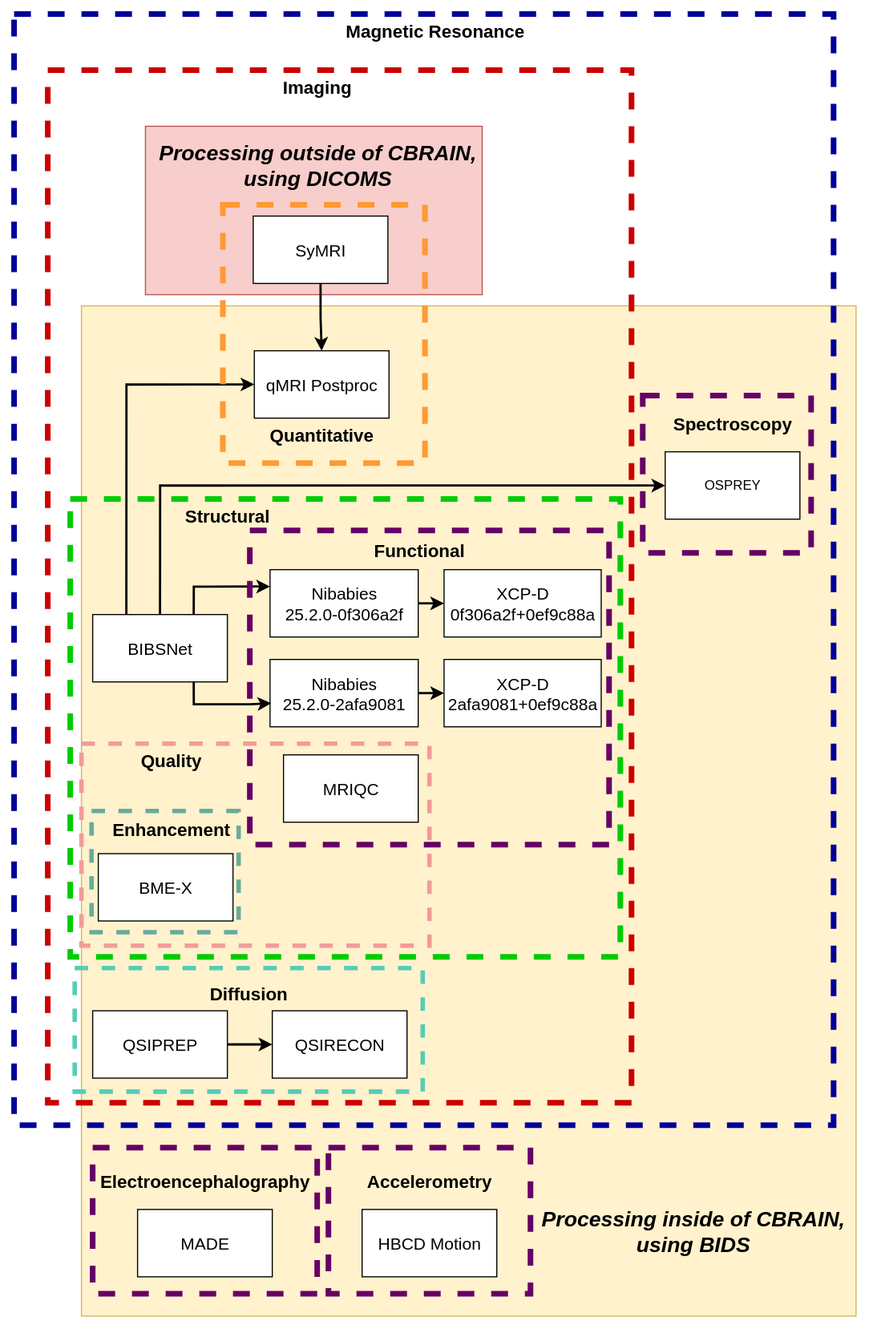
Before: docs/source/images/pipeline_workflow_release_2.0.svg, a diagram exported from draw.io (DCAN-Labs/HBCD_CBRAIN_PROCESSING). Source tidied: cells renumbered, new cells last; positions are measured from the earlier drawing's top-left corner, leaving out a move shared by most shapes. Source of this version:
```xml
<mxGraphModel>
  <root>
    <mxCell id="0" />
    <mxCell id="1" parent="0" />
    <mxCell id="2" style="rounded=0;whiteSpace=wrap;html=1;fillColor=#fff2cc;strokeColor=#d6b656;" parent="1" vertex="1">
      <mxGeometry x="60" y="260" width="690" height="900" as="geometry" />
    </mxCell>
    <mxCell id="3" style="rounded=0;whiteSpace=wrap;html=1;fillColor=none;strokeWidth=5;dashed=1;strokeColor=#000099;" parent="1" vertex="1">
      <mxGeometry width="730" height="990" as="geometry" />
    </mxCell>
    <mxCell id="4" style="rounded=0;whiteSpace=wrap;html=1;fillColor=none;strokeWidth=5;dashed=1;strokeColor=#CC0000;" parent="1" vertex="1">
      <mxGeometry x="30" y="50" width="520" height="920" as="geometry" />
    </mxCell>
    <mxCell id="5" style="rounded=0;whiteSpace=wrap;html=1;fillColor=none;strokeWidth=5;dashed=1;strokeColor=#00CC00;" parent="1" vertex="1">
      <mxGeometry x="50" y="432" width="490" height="408" as="geometry" />
    </mxCell>
    <mxCell id="6" style="edgeStyle=orthogonalEdgeStyle;rounded=0;jettySize=auto;html=1;exitX=0.5;exitY=0;exitDx=0;exitDy=0;entryX=0;entryY=0.5;entryDx=0;entryDy=0;strokeWidth=2;" parent="1" edge="1" source="9" target="48">
      <mxGeometry relative="1" as="geometry" />
    </mxCell>
    <mxCell id="7" style="edgeStyle=orthogonalEdgeStyle;rounded=0;jettySize=auto;html=1;exitX=0.75;exitY=0;exitDx=0;exitDy=0;entryX=0;entryY=0.25;entryDx=0;entryDy=0;strokeWidth=2;" parent="1" edge="1" source="9" target="14">
      <mxGeometry relative="1" as="geometry" />
    </mxCell>
    <mxCell id="8" style="edgeStyle=orthogonalEdgeStyle;rounded=0;jettySize=auto;html=1;exitX=0.25;exitY=0;exitDx=0;exitDy=0;entryX=0;entryY=0.5;entryDx=0;entryDy=0;strokeWidth=2;" parent="1" edge="1" source="9" target="39">
      <mxGeometry relative="1" as="geometry" />
    </mxCell>
    <mxCell id="9" value="&lt;font style=&quot;font-size: 15px;&quot;&gt;BIBSNet&lt;/font&gt;" style="rounded=0;whiteSpace=wrap;html=1;" parent="1" vertex="1">
      <mxGeometry x="70" y="535" width="120" height="60" as="geometry" />
    </mxCell>
    <mxCell id="10" style="rounded=0;whiteSpace=wrap;html=1;fillColor=#f8cecc;strokeColor=#b85450;" parent="1" vertex="1">
      <mxGeometry x="117" y="100" width="300" height="150" as="geometry" />
    </mxCell>
    <mxCell id="11" value="&lt;font style=&quot;font-size: 19px;&quot;&gt;&lt;i&gt;&lt;b&gt;Processing inside of CBRAIN,&lt;/b&gt;&lt;/i&gt;&lt;/font&gt;&lt;div&gt;&lt;font style=&quot;font-size: 19px;&quot;&gt;&lt;i&gt;&lt;b&gt;using BIDS&lt;/b&gt;&lt;/i&gt;&lt;/font&gt;&lt;/div&gt;" style="text;html=1;align=center;verticalAlign=middle;whiteSpace=wrap;rounded=0;" parent="1" vertex="1">
      <mxGeometry x="460" y="1070" width="290" height="30" as="geometry" />
    </mxCell>
    <mxCell id="12" style="rounded=0;whiteSpace=wrap;html=1;fillColor=none;strokeWidth=5;dashed=1;strokeColor=#660066;" parent="1" vertex="1">
      <mxGeometry x="210" y="460" width="320" height="280" as="geometry" />
    </mxCell>
    <mxCell id="13" style="edgeStyle=orthogonalEdgeStyle;rounded=0;jettySize=auto;html=1;exitX=1;exitY=0.5;exitDx=0;exitDy=0;entryX=0;entryY=0.5;entryDx=0;entryDy=0;strokeWidth=2;" parent="1" edge="1" source="14" target="17">
      <mxGeometry relative="1" as="geometry" />
    </mxCell>
    <mxCell id="14" value="&lt;font style=&quot;font-size: 15px;&quot;&gt;Nibabies&lt;/font&gt;&lt;div&gt;&lt;font style=&quot;font-size: 15px;&quot;&gt;25.2.0-0f306a2f&lt;/font&gt;&lt;/div&gt;" style="rounded=0;whiteSpace=wrap;html=1;" parent="1" vertex="1">
      <mxGeometry x="228" y="495" width="132" height="60" as="geometry" />
    </mxCell>
    <mxCell id="15" style="edgeStyle=orthogonalEdgeStyle;rounded=0;jettySize=auto;html=1;exitX=1;exitY=0.5;exitDx=0;exitDy=0;entryX=0;entryY=0.5;entryDx=0;entryDy=0;strokeWidth=2;" parent="1" edge="1" source="16" target="18">
      <mxGeometry relative="1" as="geometry" />
    </mxCell>
    <mxCell id="16" value="&lt;font style=&quot;font-size: 15px;&quot;&gt;Nibabies&lt;/font&gt;&lt;div&gt;&lt;font style=&quot;font-size: 15px;&quot;&gt;25.2.0-2afa9081&lt;/font&gt;&lt;/div&gt;" style="rounded=0;whiteSpace=wrap;html=1;" parent="1" vertex="1">
      <mxGeometry x="228" y="575" width="132" height="60" as="geometry" />
    </mxCell>
    <mxCell id="17" value="&lt;font style=&quot;font-size: 15px;&quot;&gt;XCP-D&lt;br&gt;0f306a2f+0ef9c88a&lt;/font&gt;" style="rounded=0;whiteSpace=wrap;html=1;" parent="1" vertex="1">
      <mxGeometry x="383" y="495" width="140" height="60" as="geometry" />
    </mxCell>
    <mxCell id="18" value="&lt;font style=&quot;font-size: 15px;&quot;&gt;XCP-D&lt;br&gt;2afa9081+0ef9c88a&lt;/font&gt;" style="rounded=0;whiteSpace=wrap;html=1;" parent="1" vertex="1">
      <mxGeometry x="383" y="575" width="140" height="60" as="geometry" />
    </mxCell>
    <mxCell id="19" style="edgeStyle=orthogonalEdgeStyle;rounded=0;jettySize=auto;html=1;strokeWidth=2;" parent="1" edge="1" source="43" target="42">
      <mxGeometry relative="1" as="geometry" />
    </mxCell>
    <mxCell id="20" style="edgeStyle=orthogonalEdgeStyle;rounded=0;jettySize=auto;html=1;exitX=0.75;exitY=1;exitDx=0;exitDy=0;entryX=0.008;entryY=0.65;entryDx=0;entryDy=0;entryPerimeter=0;strokeWidth=2;" parent="1" edge="1" source="9" target="16">
      <mxGeometry relative="1" as="geometry" />
    </mxCell>
    <mxCell id="21" style="rounded=0;whiteSpace=wrap;html=1;fillColor=none;strokeWidth=5;dashed=1;strokeColor=#660066;" parent="1" vertex="1">
      <mxGeometry x="560" y="340" width="150" height="140" as="geometry" />
    </mxCell>
    <mxCell id="22" value="&lt;font style=&quot;font-size: 16px;&quot;&gt;&lt;b style=&quot;&quot;&gt;Magnetic Resonance&lt;/b&gt;&lt;/font&gt;" style="text;html=1;align=center;verticalAlign=middle;whiteSpace=wrap;rounded=0;" parent="1" vertex="1">
      <mxGeometry x="270" width="210" height="30" as="geometry" />
    </mxCell>
    <mxCell id="23" value="&lt;font style=&quot;font-size: 16px;&quot;&gt;&lt;b style=&quot;&quot;&gt;Imaging&lt;/b&gt;&lt;/font&gt;" style="text;html=1;align=center;verticalAlign=middle;whiteSpace=wrap;rounded=0;" parent="1" vertex="1">
      <mxGeometry x="165" y="50" width="210" height="30" as="geometry" />
    </mxCell>
    <mxCell id="24" style="rounded=0;whiteSpace=wrap;html=1;fillColor=none;strokeWidth=5;dashed=1;strokeColor=#660066;" parent="1" vertex="1">
      <mxGeometry x="70" y="1010" width="200" height="130" as="geometry" />
    </mxCell>
    <mxCell id="25" style="rounded=0;whiteSpace=wrap;html=1;fillColor=none;strokeWidth=5;dashed=1;strokeColor=#660066;" parent="1" vertex="1">
      <mxGeometry x="280" y="1010" width="180" height="130" as="geometry" />
    </mxCell>
    <mxCell id="26" value="&lt;font style=&quot;font-size: 16px;&quot;&gt;&lt;b&gt;Accelerometry&lt;/b&gt;&lt;/font&gt;" style="text;html=1;align=center;verticalAlign=middle;whiteSpace=wrap;rounded=0;" parent="1" vertex="1">
      <mxGeometry x="340" y="1025" width="60" height="30" as="geometry" />
    </mxCell>
    <mxCell id="27" style="rounded=0;whiteSpace=wrap;html=1;fillColor=none;strokeWidth=5;dashed=1;strokeColor=#FF9933;" parent="1" vertex="1">
      <mxGeometry x="186" y="170" width="180" height="230" as="geometry" />
    </mxCell>
    <mxCell id="28" value="&lt;b&gt;&lt;font style=&quot;font-size: 16px;&quot;&gt;Structural&lt;/font&gt;&lt;/b&gt;" style="text;html=1;align=center;verticalAlign=middle;whiteSpace=wrap;rounded=0;" parent="1" vertex="1">
      <mxGeometry x="120" y="432" width="140" height="30" as="geometry" />
    </mxCell>
    <mxCell id="29" value="&lt;font style=&quot;font-size: 16px;&quot;&gt;&lt;b&gt;Functional&lt;/b&gt;&lt;/font&gt;" style="text;html=1;align=center;verticalAlign=middle;whiteSpace=wrap;rounded=0;" parent="1" vertex="1">
      <mxGeometry x="291" y="463" width="140" height="30" as="geometry" />
    </mxCell>
    <mxCell id="30" style="rounded=0;whiteSpace=wrap;html=1;fillColor=none;strokeWidth=4;dashed=1;strokeColor=#F19C99;" parent="1" vertex="1">
      <mxGeometry x="60" y="650" width="310" height="180" as="geometry" />
    </mxCell>
    <mxCell id="31" value="&lt;font style=&quot;font-size: 15px;&quot;&gt;MRIQC&lt;/font&gt;" style="rounded=0;whiteSpace=wrap;html=1;" parent="1" vertex="1">
      <mxGeometry x="240" y="660" width="120" height="60" as="geometry" />
    </mxCell>
    <mxCell id="32" value="&lt;font style=&quot;font-size: 16px;&quot;&gt;&lt;b&gt;Quality&lt;/b&gt;&lt;/font&gt;" style="text;html=1;align=center;verticalAlign=middle;whiteSpace=wrap;rounded=0;" parent="1" vertex="1">
      <mxGeometry x="95" y="650" width="90" height="30" as="geometry" />
    </mxCell>
    <mxCell id="33" style="rounded=0;whiteSpace=wrap;html=1;strokeWidth=4;fillColor=none;dashed=1;strokeColor=#67AB9F;" parent="1" vertex="1">
      <mxGeometry x="69" y="710" width="131" height="108" as="geometry" />
    </mxCell>
    <mxCell id="34" value="&lt;font style=&quot;font-size: 15px;&quot;&gt;BME-X&lt;/font&gt;" style="rounded=0;whiteSpace=wrap;html=1;" parent="1" vertex="1">
      <mxGeometry x="75" y="748" width="120" height="60" as="geometry" />
    </mxCell>
    <mxCell id="35" value="&lt;font style=&quot;font-size: 16px;&quot;&gt;&lt;b&gt;Enhancement&lt;/b&gt;&lt;/font&gt;" style="text;html=1;align=center;verticalAlign=middle;whiteSpace=wrap;rounded=0;" parent="1" vertex="1">
      <mxGeometry x="82.8" y="710" width="113.5" height="32" as="geometry" />
    </mxCell>
    <mxCell id="36" value="&lt;font style=&quot;font-size: 15px;&quot;&gt;MADE&lt;/font&gt;" style="rounded=0;whiteSpace=wrap;html=1;" parent="1" vertex="1">
      <mxGeometry x="110" y="1065" width="120" height="60" as="geometry" />
    </mxCell>
    <mxCell id="37" value="&lt;font style=&quot;font-size: 16px;&quot;&gt;&lt;b&gt;Electroencephalography&lt;/b&gt;&lt;/font&gt;" style="text;html=1;align=center;verticalAlign=middle;whiteSpace=wrap;rounded=0;" parent="1" vertex="1">
      <mxGeometry x="140" y="1025" width="60" height="30" as="geometry" />
    </mxCell>
    <mxCell id="38" value="&lt;font style=&quot;font-size: 15px;&quot;&gt;HBCD Motion&lt;/font&gt;" style="rounded=0;whiteSpace=wrap;html=1;" parent="1" vertex="1">
      <mxGeometry x="310" y="1065" width="120" height="60" as="geometry" />
    </mxCell>
    <mxCell id="39" value="&lt;font style=&quot;font-size: 15px;&quot;&gt;qMRI Postproc&lt;/font&gt;" style="rounded=0;whiteSpace=wrap;html=1;" parent="1" vertex="1">
      <mxGeometry x="214" y="300" width="120" height="60" as="geometry" />
    </mxCell>
    <mxCell id="40" value="&lt;font style=&quot;font-size: 16px;&quot;&gt;&lt;b&gt;Quantitative&lt;/b&gt;&lt;/font&gt;" style="text;html=1;align=center;verticalAlign=middle;whiteSpace=wrap;rounded=0;" parent="1" vertex="1">
      <mxGeometry x="204" y="360" width="140" height="30" as="geometry" />
    </mxCell>
    <mxCell id="41" style="rounded=0;whiteSpace=wrap;html=1;fillColor=none;strokeWidth=4;dashed=1;strokeColor=#56CCB8;" parent="1" vertex="1">
      <mxGeometry x="54" y="850" width="310" height="110" as="geometry" />
    </mxCell>
    <mxCell id="42" value="&lt;font style=&quot;font-size: 15px;&quot;&gt;QSIRECON&lt;/font&gt;" style="rounded=0;whiteSpace=wrap;html=1;" parent="1" vertex="1">
      <mxGeometry x="230" y="888" width="120" height="60" as="geometry" />
    </mxCell>
    <mxCell id="43" value="&lt;font style=&quot;font-size: 15px;&quot;&gt;QSIPREP&lt;/font&gt;" style="rounded=0;whiteSpace=wrap;html=1;" parent="1" vertex="1">
      <mxGeometry x="70" y="888" width="120" height="60" as="geometry" />
    </mxCell>
    <mxCell id="44" value="&lt;font style=&quot;font-size: 16px;&quot;&gt;&lt;b&gt;Diffusion&lt;/b&gt;&lt;/font&gt;" style="text;html=1;align=center;verticalAlign=middle;whiteSpace=wrap;rounded=0;" parent="1" vertex="1">
      <mxGeometry x="117.2" y="858" width="183.5" height="30" as="geometry" />
    </mxCell>
    <mxCell id="45" style="edgeStyle=orthogonalEdgeStyle;rounded=0;jettySize=auto;html=1;exitX=0.5;exitY=1;exitDx=0;exitDy=0;entryX=0.5;entryY=0;entryDx=0;entryDy=0;strokeWidth=2;" parent="1" edge="1" source="46" target="39">
      <mxGeometry relative="1" as="geometry" />
    </mxCell>
    <mxCell id="46" value="&lt;font style=&quot;font-size: 15px;&quot;&gt;SyMRI&lt;/font&gt;" style="rounded=0;whiteSpace=wrap;html=1;" parent="1" vertex="1">
      <mxGeometry x="213" y="180" width="120" height="60" as="geometry" />
    </mxCell>
    <mxCell id="47" value="&lt;font style=&quot;font-size: 19px;&quot;&gt;&lt;i&gt;&lt;b&gt;Processing outside of CBRAIN,&lt;/b&gt;&lt;/i&gt;&lt;/font&gt;&lt;div&gt;&lt;font style=&quot;font-size: 19px;&quot;&gt;&lt;i&gt;&lt;b&gt;using DICOMS&lt;/b&gt;&lt;/i&gt;&lt;/font&gt;&lt;/div&gt;" style="text;html=1;align=center;verticalAlign=middle;whiteSpace=wrap;rounded=0;" parent="1" vertex="1">
      <mxGeometry x="124.8" y="120" width="290.5" height="30" as="geometry" />
    </mxCell>
    <mxCell id="48" value="OSPREY" style="rounded=0;whiteSpace=wrap;html=1;" parent="1" vertex="1">
      <mxGeometry x="580" y="390" width="120" height="60" as="geometry" />
    </mxCell>
    <mxCell id="49" value="&lt;font style=&quot;font-size: 16px;&quot;&gt;&lt;b&gt;Spectroscopy&lt;/b&gt;&lt;/font&gt;" style="text;html=1;align=center;verticalAlign=middle;whiteSpace=wrap;rounded=0;" parent="1" vertex="1">
      <mxGeometry x="570" y="350" width="140" height="30" as="geometry" />
    </mxCell>
  </root>
</mxGraphModel>
```
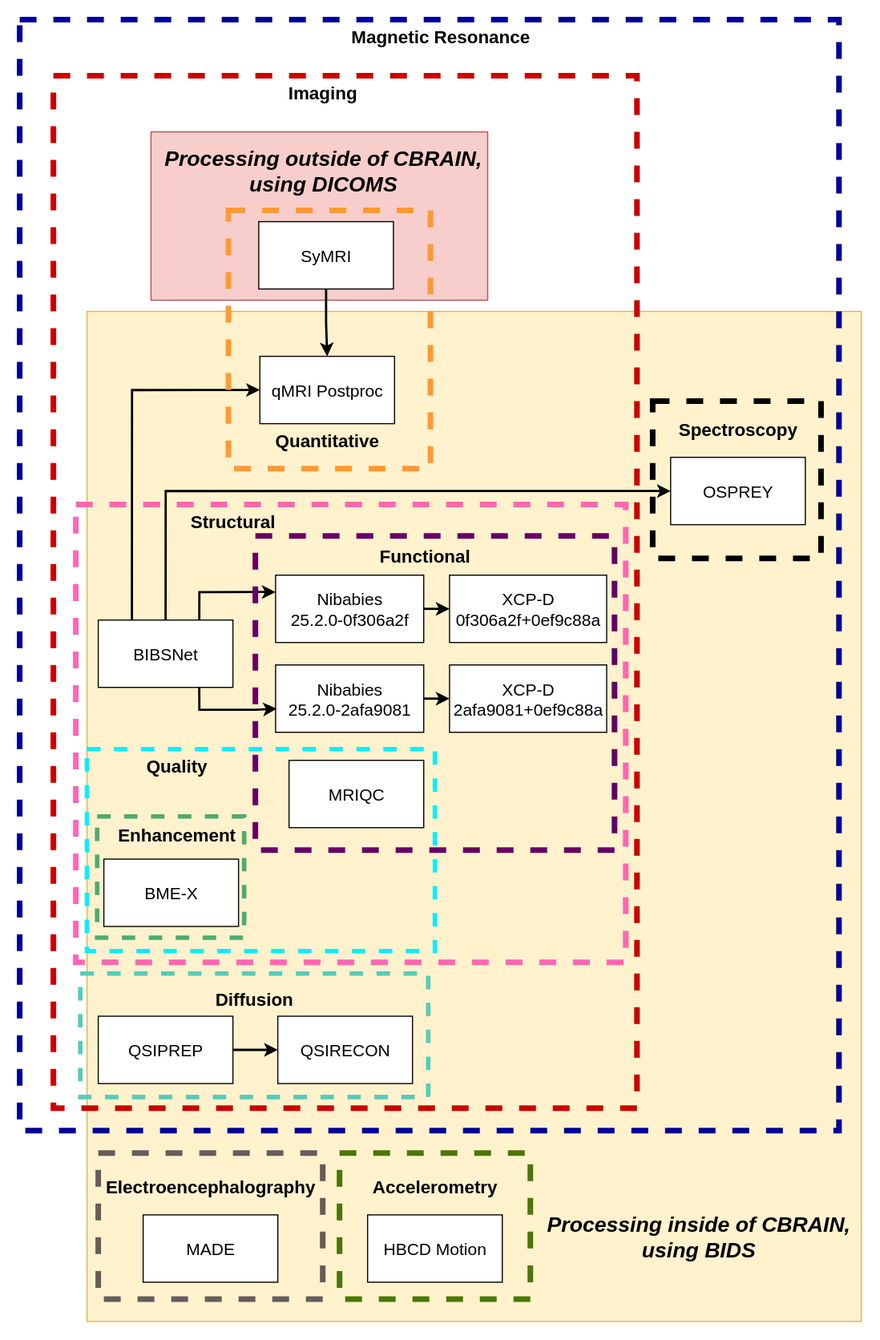
The same diagram one commit later.

Diff of the diagram source:
```diff
@@ -11,7 +11,7 @@
     <mxCell id="4" style="rounded=0;whiteSpace=wrap;html=1;fillColor=none;strokeWidth=5;dashed=1;strokeColor=#CC0000;" parent="1" vertex="1">
       <mxGeometry x="30" y="50" width="520" height="920" as="geometry" />
     </mxCell>
-    <mxCell id="5" style="rounded=0;whiteSpace=wrap;html=1;fillColor=none;strokeWidth=5;dashed=1;strokeColor=#00CC00;" parent="1" vertex="1">
+    <mxCell id="5" style="rounded=0;whiteSpace=wrap;html=1;fillColor=none;strokeWidth=5;dashed=1;strokeColor=#FF66B3;" parent="1" vertex="1">
       <mxGeometry x="50" y="432" width="490" height="408" as="geometry" />
     </mxCell>
     <mxCell id="6" style="edgeStyle=orthogonalEdgeStyle;rounded=0;jettySize=auto;html=1;exitX=0.5;exitY=0;exitDx=0;exitDy=0;entryX=0;entryY=0.5;entryDx=0;entryDy=0;strokeWidth=2;" parent="1" edge="1" source="9" target="48">
@@ -59,8 +59,8 @@
     <mxCell id="20" style="edgeStyle=orthogonalEdgeStyle;rounded=0;jettySize=auto;html=1;exitX=0.75;exitY=1;exitDx=0;exitDy=0;entryX=0.008;entryY=0.65;entryDx=0;entryDy=0;entryPerimeter=0;strokeWidth=2;" parent="1" edge="1" source="9" target="16">
       <mxGeometry relative="1" as="geometry" />
     </mxCell>
-    <mxCell id="21" style="rounded=0;whiteSpace=wrap;html=1;fillColor=none;strokeWidth=5;dashed=1;strokeColor=#660066;" parent="1" vertex="1">
-      <mxGeometry x="560" y="340" width="150" height="140" as="geometry" />
+    <mxCell id="21" style="rounded=0;whiteSpace=wrap;html=1;fillColor=none;strokeWidth=5;dashed=1;strokeColor=#000000;" parent="1" vertex="1">
+      <mxGeometry x="564" y="340" width="150" height="140" as="geometry" />
     </mxCell>
     <mxCell id="22" value="&lt;font style=&quot;font-size: 16px;&quot;&gt;&lt;b style=&quot;&quot;&gt;Magnetic Resonance&lt;/b&gt;&lt;/font&gt;" style="text;html=1;align=center;verticalAlign=middle;whiteSpace=wrap;rounded=0;" parent="1" vertex="1">
       <mxGeometry x="270" width="210" height="30" as="geometry" />
@@ -68,11 +68,11 @@
     <mxCell id="23" value="&lt;font style=&quot;font-size: 16px;&quot;&gt;&lt;b style=&quot;&quot;&gt;Imaging&lt;/b&gt;&lt;/font&gt;" style="text;html=1;align=center;verticalAlign=middle;whiteSpace=wrap;rounded=0;" parent="1" vertex="1">
       <mxGeometry x="165" y="50" width="210" height="30" as="geometry" />
     </mxCell>
-    <mxCell id="24" style="rounded=0;whiteSpace=wrap;html=1;fillColor=none;strokeWidth=5;dashed=1;strokeColor=#660066;" parent="1" vertex="1">
+    <mxCell id="24" style="rounded=0;whiteSpace=wrap;html=1;fillColor=none;strokeWidth=5;dashed=1;strokeColor=#665C5C;" parent="1" vertex="1">
       <mxGeometry x="70" y="1010" width="200" height="130" as="geometry" />
     </mxCell>
-    <mxCell id="25" style="rounded=0;whiteSpace=wrap;html=1;fillColor=none;strokeWidth=5;dashed=1;strokeColor=#660066;" parent="1" vertex="1">
-      <mxGeometry x="280" y="1010" width="180" height="130" as="geometry" />
+    <mxCell id="25" style="rounded=0;whiteSpace=wrap;html=1;fillColor=none;strokeWidth=5;dashed=1;strokeColor=light-dark(#4b7709, #ffbbff);" parent="1" vertex="1">
+      <mxGeometry x="285" y="1010" width="170" height="130" as="geometry" />
     </mxCell>
     <mxCell id="26" value="&lt;font style=&quot;font-size: 16px;&quot;&gt;&lt;b&gt;Accelerometry&lt;/b&gt;&lt;/font&gt;" style="text;html=1;align=center;verticalAlign=middle;whiteSpace=wrap;rounded=0;" parent="1" vertex="1">
       <mxGeometry x="340" y="1025" width="60" height="30" as="geometry" />
@@ -86,7 +86,7 @@
     <mxCell id="29" value="&lt;font style=&quot;font-size: 16px;&quot;&gt;&lt;b&gt;Functional&lt;/b&gt;&lt;/font&gt;" style="text;html=1;align=center;verticalAlign=middle;whiteSpace=wrap;rounded=0;" parent="1" vertex="1">
       <mxGeometry x="291" y="463" width="140" height="30" as="geometry" />
     </mxCell>
-    <mxCell id="30" style="rounded=0;whiteSpace=wrap;html=1;fillColor=none;strokeWidth=4;dashed=1;strokeColor=#F19C99;" parent="1" vertex="1">
+    <mxCell id="30" style="rounded=0;whiteSpace=wrap;html=1;fillColor=none;strokeWidth=4;dashed=1;strokeColor=#08EEFF;" parent="1" vertex="1">
       <mxGeometry x="60" y="650" width="310" height="180" as="geometry" />
     </mxCell>
     <mxCell id="31" value="&lt;font style=&quot;font-size: 15px;&quot;&gt;MRIQC&lt;/font&gt;" style="rounded=0;whiteSpace=wrap;html=1;" parent="1" vertex="1">
@@ -95,7 +95,7 @@
     <mxCell id="32" value="&lt;font style=&quot;font-size: 16px;&quot;&gt;&lt;b&gt;Quality&lt;/b&gt;&lt;/font&gt;" style="text;html=1;align=center;verticalAlign=middle;whiteSpace=wrap;rounded=0;" parent="1" vertex="1">
       <mxGeometry x="95" y="650" width="90" height="30" as="geometry" />
     </mxCell>
-    <mxCell id="33" style="rounded=0;whiteSpace=wrap;html=1;strokeWidth=4;fillColor=none;dashed=1;strokeColor=#67AB9F;" parent="1" vertex="1">
+    <mxCell id="33" style="rounded=0;whiteSpace=wrap;html=1;strokeWidth=4;fillColor=none;dashed=1;strokeColor=#4DAB6F;" parent="1" vertex="1">
       <mxGeometry x="69" y="710" width="131" height="108" as="geometry" />
     </mxCell>
     <mxCell id="34" value="&lt;font style=&quot;font-size: 15px;&quot;&gt;BME-X&lt;/font&gt;" style="rounded=0;whiteSpace=wrap;html=1;" parent="1" vertex="1">
@@ -140,7 +140,7 @@
     <mxCell id="47" value="&lt;font style=&quot;font-size: 19px;&quot;&gt;&lt;i&gt;&lt;b&gt;Processing outside of CBRAIN,&lt;/b&gt;&lt;/i&gt;&lt;/font&gt;&lt;div&gt;&lt;font style=&quot;font-size: 19px;&quot;&gt;&lt;i&gt;&lt;b&gt;using DICOMS&lt;/b&gt;&lt;/i&gt;&lt;/font&gt;&lt;/div&gt;" style="text;html=1;align=center;verticalAlign=middle;whiteSpace=wrap;rounded=0;" parent="1" vertex="1">
       <mxGeometry x="124.8" y="120" width="290.5" height="30" as="geometry" />
     </mxCell>
-    <mxCell id="48" value="OSPREY" style="rounded=0;whiteSpace=wrap;html=1;" parent="1" vertex="1">
+    <mxCell id="48" value="&lt;font style=&quot;font-size: 15px;&quot;&gt;OSPREY&lt;/font&gt;" style="rounded=0;whiteSpace=wrap;html=1;" parent="1" vertex="1">
       <mxGeometry x="580" y="390" width="120" height="60" as="geometry" />
     </mxCell>
     <mxCell id="49" value="&lt;font style=&quot;font-size: 16px;&quot;&gt;&lt;b&gt;Spectroscopy&lt;/b&gt;&lt;/font&gt;" style="text;html=1;align=center;verticalAlign=middle;whiteSpace=wrap;rounded=0;" parent="1" vertex="1">
```
